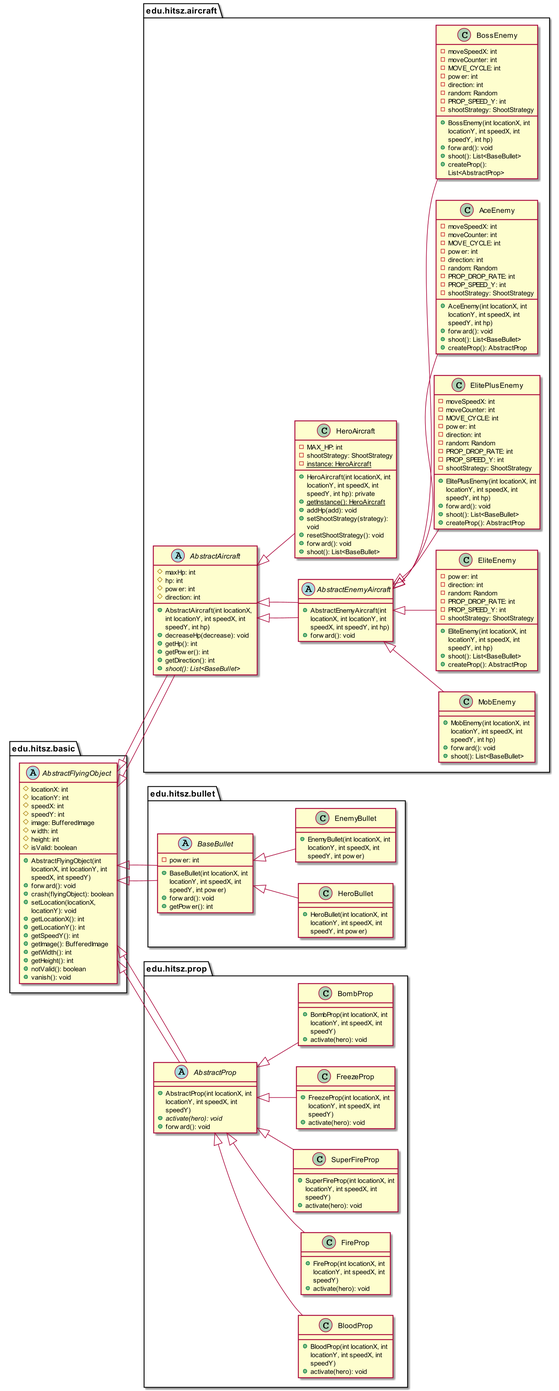
Before: out/uml/Inheritence/Inheritence.png, a diagram exported from PlantUML (LikLiiik/AircraftWar-base1.0).
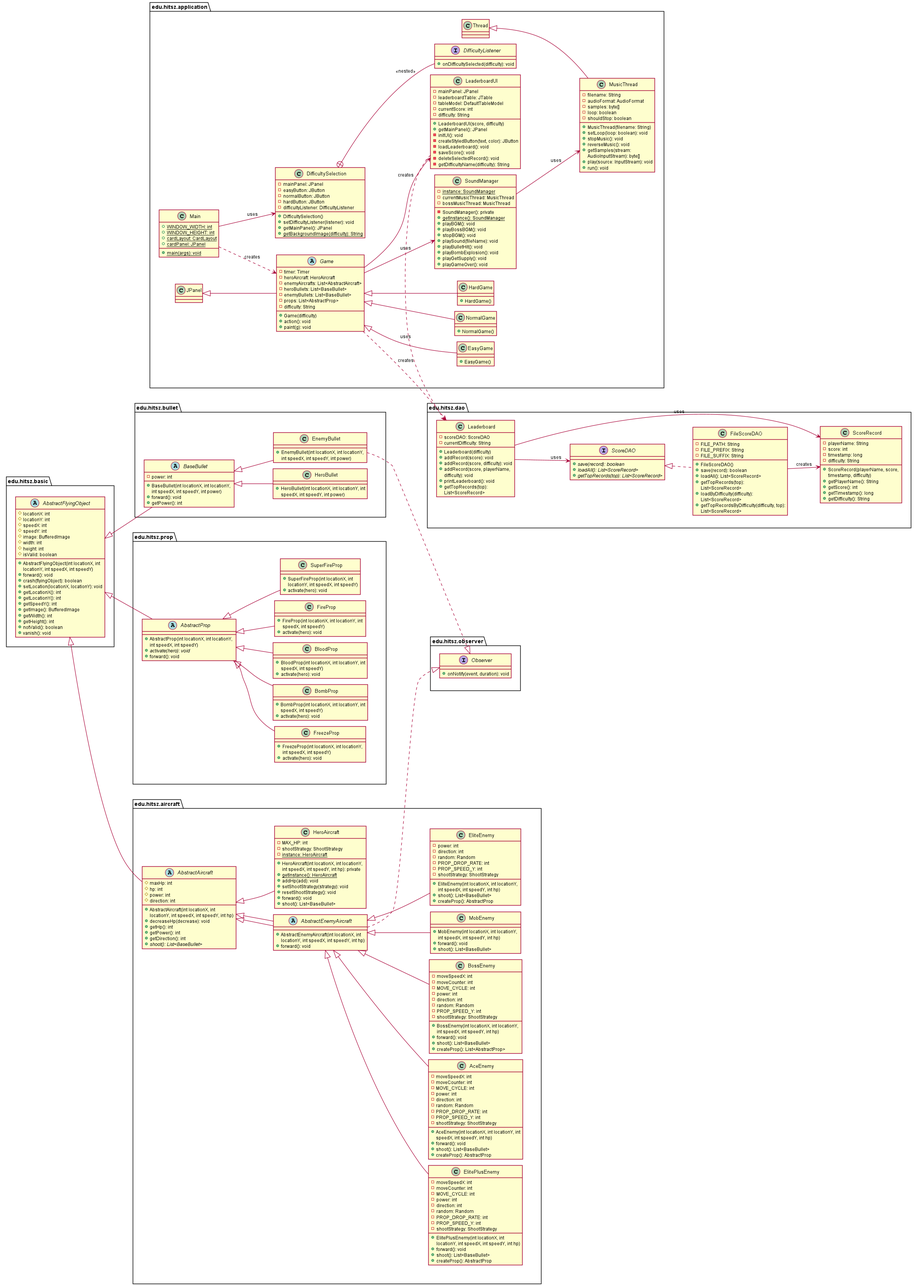
Later version of the same file.

Change to the diagram source:
```diff
@@ -1,10 +1,20 @@
 @startuml
 left to right direction
-skinparam dpi 150
+skinparam dpi 180
 skinparam defaultTextAlignment center
-skinparam wrapWidth 150
+skinparam wrapWidth 220
+skinparam shadowing false
+skinparam nodesep 16
+skinparam ranksep 42
+skinparam packagePadding 6
+skinparam classFontSize 13
+skinparam classAttributeFontSize 12
+skinparam packageFontSize 14
+skinparam ArrowFontSize 12
+skinparam ArrowThickness 1.2
+scale max 6000 width
 
-package edu.hitsz.basic {
+package "edu.hitsz.basic" as pkg_basic {
     abstract class AbstractFlyingObject {
         # locationX: int
         # locationY: int
@@ -30,7 +40,71 @@
     }
 }
 
-package edu.hitsz.aircraft {
+package "edu.hitsz.bullet" as pkg_bullet {
+    abstract class BaseBullet extends AbstractFlyingObject {
+        - power: int
+
+        + BaseBullet(int locationX, int locationY, int speedX, int speedY, int power)
+        + forward(): void
+        + getPower(): int
+    }
+
+    together {
+        class HeroBullet {
+            + HeroBullet(int locationX, int locationY, int speedX, int speedY, int power)
+        }
+
+        class EnemyBullet {
+            + EnemyBullet(int locationX, int locationY, int speedX, int speedY, int power)
+        }
+    }
+
+    BaseBullet <|-- HeroBullet
+    BaseBullet <|-- EnemyBullet
+}
+
+package "edu.hitsz.prop" as pkg_prop {
+    abstract class AbstractProp extends AbstractFlyingObject {
+        + AbstractProp(int locationX, int locationY, int speedX, int speedY)
+        + {abstract} activate(hero): void
+        + forward(): void
+    }
+
+    together {
+        class BloodProp {
+            + BloodProp(int locationX, int locationY, int speedX, int speedY)
+            + activate(hero): void
+        }
+
+        class FireProp {
+            + FireProp(int locationX, int locationY, int speedX, int speedY)
+            + activate(hero): void
+        }
+
+        class SuperFireProp {
+            + SuperFireProp(int locationX, int locationY, int speedX, int speedY)
+            + activate(hero): void
+        }
+
+        class FreezeProp {
+            + FreezeProp(int locationX, int locationY, int speedX, int speedY)
+            + activate(hero): void
+        }
+
+        class BombProp {
+            + BombProp(int locationX, int locationY, int speedX, int speedY)
+            + activate(hero): void
+        }
+    }
+
+    AbstractProp <|-- BloodProp
+    AbstractProp <|-- FireProp
+    AbstractProp <|-- SuperFireProp
+    AbstractProp <|-- FreezeProp
+    AbstractProp <|-- BombProp
+}
+
+package "edu.hitsz.aircraft" as pkg_aircraft {
     abstract class AbstractAircraft extends AbstractFlyingObject {
         # maxHp: int
         # hp: int
@@ -64,73 +138,75 @@
         + shoot(): List<BaseBullet>
     }
 
-    class MobEnemy {
-        + MobEnemy(int locationX, int locationY, int speedX, int speedY, int hp)
-        + forward(): void
-        + shoot(): List<BaseBullet>
-    }
+    together {
+        class MobEnemy {
+            + MobEnemy(int locationX, int locationY, int speedX, int speedY, int hp)
+            + forward(): void
+            + shoot(): List<BaseBullet>
+        }
 
-    class EliteEnemy {
-        - power: int
-        - direction: int
-        - random: Random
-        - PROP_DROP_RATE: int
-        - PROP_SPEED_Y: int
-        - shootStrategy: ShootStrategy
+        class EliteEnemy {
+            - power: int
+            - direction: int
+            - random: Random
+            - PROP_DROP_RATE: int
+            - PROP_SPEED_Y: int
+            - shootStrategy: ShootStrategy
 
-        + EliteEnemy(int locationX, int locationY, int speedX, int speedY, int hp)
-        + shoot(): List<BaseBullet>
-        + createProp(): AbstractProp
-    }
+            + EliteEnemy(int locationX, int locationY, int speedX, int speedY, int hp)
+            + shoot(): List<BaseBullet>
+            + createProp(): AbstractProp
+        }
 
-    class ElitePlusEnemy {
-        - moveSpeedX: int
-        - moveCounter: int
-        - MOVE_CYCLE: int
-        - power: int
-        - direction: int
-        - random: Random
-        - PROP_DROP_RATE: int
-        - PROP_SPEED_Y: int
-        - shootStrategy: ShootStrategy
+        class ElitePlusEnemy {
+            - moveSpeedX: int
+            - moveCounter: int
+            - MOVE_CYCLE: int
+            - power: int
+            - direction: int
+            - random: Random
+            - PROP_DROP_RATE: int
+            - PROP_SPEED_Y: int
+            - shootStrategy: ShootStrategy
 
-        + ElitePlusEnemy(int locationX, int locationY, int speedX, int speedY, int hp)
-        + forward(): void
-        + shoot(): List<BaseBullet>
-        + createProp(): AbstractProp
-    }
+            + ElitePlusEnemy(int locationX, int locationY, int speedX, int speedY, int hp)
+            + forward(): void
+            + shoot(): List<BaseBullet>
+            + createProp(): AbstractProp
+        }
 
-    class AceEnemy {
-        - moveSpeedX: int
-        - moveCounter: int
-        - MOVE_CYCLE: int
-        - power: int
-        - direction: int
-        - random: Random
-        - PROP_DROP_RATE: int
-        - PROP_SPEED_Y: int
-        - shootStrategy: ShootStrategy
+        class AceEnemy {
+            - moveSpeedX: int
+            - moveCounter: int
+            - MOVE_CYCLE: int
+            - power: int
+            - direction: int
+            - random: Random
+            - PROP_DROP_RATE: int
+            - PROP_SPEED_Y: int
+            - shootStrategy: ShootStrategy
 
-        + AceEnemy(int locationX, int locationY, int speedX, int speedY, int hp)
-        + forward(): void
-        + shoot(): List<BaseBullet>
-        + createProp(): AbstractProp
-    }
+            + AceEnemy(int locationX, int locationY, int speedX, int speedY, int hp)
+            + forward(): void
+            + shoot(): List<BaseBullet>
+            + createProp(): AbstractProp
+        }
 
-    class BossEnemy {
-        - moveSpeedX: int
-        - moveCounter: int
-        - MOVE_CYCLE: int
-        - power: int
-        - direction: int
-        - random: Random
-        - PROP_SPEED_Y: int
-        - shootStrategy: ShootStrategy
+        class BossEnemy {
+            - moveSpeedX: int
+            - moveCounter: int
+            - MOVE_CYCLE: int
+            - power: int
+            - direction: int
+            - random: Random
+            - PROP_SPEED_Y: int
+            - shootStrategy: ShootStrategy
 
-        + BossEnemy(int locationX, int locationY, int speedX, int speedY, int hp)
-        + forward(): void
-        + shoot(): List<BaseBullet>
-        + createProp(): List<AbstractProp>
+            + BossEnemy(int locationX, int locationY, int speedX, int speedY, int hp)
+            + forward(): void
+            + shoot(): List<BaseBullet>
+            + createProp(): List<AbstractProp>
+        }
     }
 
     AbstractAircraft <|-- AbstractEnemyAircraft
@@ -142,68 +218,186 @@
     AbstractAircraft <|-- HeroAircraft
 }
 
-package edu.hitsz.bullet {
-    abstract class BaseBullet extends AbstractFlyingObject {
-        - power: int
+package "edu.hitsz.observer" as pkg_observer {
+    interface Observer {
+        + onNotify(event, duration): void
+    }
+}
 
-        + BaseBullet(int locationX, int locationY, int speedX, int speedY, int power)
-        + forward(): void
-        + getPower(): int
+package "edu.hitsz.dao" as pkg_dao {
+    interface ScoreDAO {
+        + {abstract} save(record): boolean
+        + {abstract} loadAll(): List<ScoreRecord>
+        + {abstract} getTopRecords(top): List<ScoreRecord>
     }
 
-    class HeroBullet {
-        + HeroBullet(int locationX, int locationY, int speedX, int speedY, int power)
+    class ScoreRecord {
+        - playerName: String
+        - score: int
+        - timestamp: long
+        - difficulty: String
+
+        + ScoreRecord(playerName, score, timestamp, difficulty)
+        + getPlayerName(): String
+        + getScore(): int
+        + getTimestamp(): long
+        + getDifficulty(): String
     }
 
-    class EnemyBullet {
-        + EnemyBullet(int locationX, int locationY, int speedX, int speedY, int power)
+    class FileScoreDAO {
+        - FILE_PATH: String
+        - FILE_PREFIX: String
+        - FILE_SUFFIX: String
+
+        + FileScoreDAO()
+        + save(record): boolean
+        + loadAll(): List<ScoreRecord>
+        + getTopRecords(top): List<ScoreRecord>
+        + loadByDifficulty(difficulty): List<ScoreRecord>
+        + getTopRecordsByDifficulty(difficulty, top): List<ScoreRecord>
     }
 
-    BaseBullet <|-- HeroBullet
-    BaseBullet <|-- EnemyBullet
+    class Leaderboard {
+        - scoreDAO: ScoreDAO
+        - currentDifficulty: String
+
+        + Leaderboard(difficulty)
+        + addRecord(score): void
+        + addRecord(score, difficulty): void
+        + addRecord(score, playerName, difficulty): void
+        + printLeaderboard(): void
+        + getTopRecords(top): List<ScoreRecord>
+    }
+
+    ScoreDAO <|.. FileScoreDAO
+    Leaderboard --> ScoreDAO : uses
+    FileScoreDAO --> ScoreRecord : creates
+    Leaderboard --> ScoreRecord : uses
 }
 
-package edu.hitsz.prop {
-    abstract class AbstractProp extends AbstractFlyingObject {
-        + AbstractProp(int locationX, int locationY, int speedX, int speedY)
-        + {abstract} activate(hero): void
-        + forward(): void
+package "edu.hitsz.application" as pkg_app {
+    class MusicThread extends Thread {
+        - filename: String
+        - audioFormat: AudioFormat
+        - samples: byte[]
+        - loop: boolean
+        - shouldStop: boolean
+
+        + MusicThread(filename: String)
+        + setLoop(loop: boolean): void
+        + stopMusic(): void
+        + reverseMusic(): void
+        + getSamples(stream: AudioInputStream): byte[]
+        + play(source: InputStream): void
+        + run(): void
     }
 
-    class BloodProp {
-        + BloodProp(int locationX, int locationY, int speedX, int speedY)
-        + activate(hero): void
+    class SoundManager {
+        - {static} instance: SoundManager
+        - currentMusicThread: MusicThread
+        - bossMusicThread: MusicThread
+
+        - SoundManager(): private
+        + {static} getInstance(): SoundManager
+        + playBGM(): void
+        + playBossBGM(): void
+        + stopBGM(): void
+        + playSound(fileName): void
+        + playBulletHit(): void
+        + playBombExplosion(): void
+        + playGetSupply(): void
+        + playGameOver(): void
     }
 
-    class FireProp {
-        + FireProp(int locationX, int locationY, int speedX, int speedY)
-        + activate(hero): void
+    class DifficultySelection {
+        - mainPanel: JPanel
+        - easyButton: JButton
+        - normalButton: JButton
+        - hardButton: JButton
+        - difficultyListener: DifficultyListener
+
+        + DifficultySelection()
+        + setDifficultyListener(listener): void
+        + getMainPanel(): JPanel
+        + {static} getBackgroundImage(difficulty): String
     }
 
-    class SuperFireProp {
-        + SuperFireProp(int locationX, int locationY, int speedX, int speedY)
-        + activate(hero): void
+    interface DifficultyListener {
+        + onDifficultySelected(difficulty): void
+    }
+    DifficultySelection +-- DifficultyListener : <<nested>>
+
+    class LeaderboardUI {
+        - mainPanel: JPanel
+        - leaderboardTable: JTable
+        - tableModel: DefaultTableModel
+        - currentScore: int
+        - difficulty: String
+
+        + LeaderboardUI(score, difficulty)
+        + getMainPanel(): JPanel
+        - initUI(): void
+        - createStyledButton(text, color): JButton
+        - loadLeaderboard(): void
+        - saveScore(): void
+        - deleteSelectedRecord(): void
+        - getDifficultyName(difficulty): String
     }
 
-    class FreezeProp {
-        + FreezeProp(int locationX, int locationY, int speedX, int speedY)
-        + activate(hero): void
+    class Main {
+        + {static} WINDOW_WIDTH: int
+        + {static} WINDOW_HEIGHT: int
+        + {static} cardLayout: CardLayout
+        + {static} cardPanel: JPanel
+
+        + {static} main(args): void
     }
 
-    class BombProp {
-        + BombProp(int locationX, int locationY, int speedX, int speedY)
-        + activate(hero): void
+    abstract class Game extends JPanel {
+        - timer: Timer
+        - heroAircraft: HeroAircraft
+        - enemyAircrafts: List<AbstractAircraft>
+        - heroBullets: List<BaseBullet>
+        - enemyBullets: List<BaseBullet>
+        - props: List<AbstractProp>
+        - difficulty: String
+
+        + Game(difficulty)
+        + action(): void
+        + paint(g): void
     }
 
-    AbstractProp <|-- BloodProp
-    AbstractProp <|-- FireProp
-    AbstractProp <|-- SuperFireProp
-    AbstractProp <|-- FreezeProp
-    AbstractProp <|-- BombProp
+    together {
+        class EasyGame extends Game {
+            + EasyGame()
+        }
+
+        class NormalGame extends Game {
+            + NormalGame()
+        }
+
+        class HardGame extends Game {
+            + HardGame()
+        }
+    }
+
+    Main --> DifficultySelection : uses
+    Main ..> Game : creates
+    Game --> SoundManager : uses
+    Game --> LeaderboardUI : creates
+    SoundManager --> MusicThread : uses
 }
 
-AbstractFlyingObject <|-- AbstractAircraft
-AbstractFlyingObject <|-- BaseBullet
-AbstractFlyingObject <|-- AbstractProp
+pkg_basic -[hidden]right- pkg_bullet
+pkg_bullet -[hidden]right- pkg_prop
+pkg_prop -[hidden]right- pkg_aircraft
+pkg_aircraft -[hidden]right- pkg_observer
+pkg_observer -[hidden]right- pkg_dao
+pkg_dao -[hidden]right- pkg_app
+
+AbstractEnemyAircraft ..|> Observer
+EnemyBullet ..|> Observer
+Game ..> Leaderboard : creates
+LeaderboardUI ..> Leaderboard : uses
 
 @enduml
```
